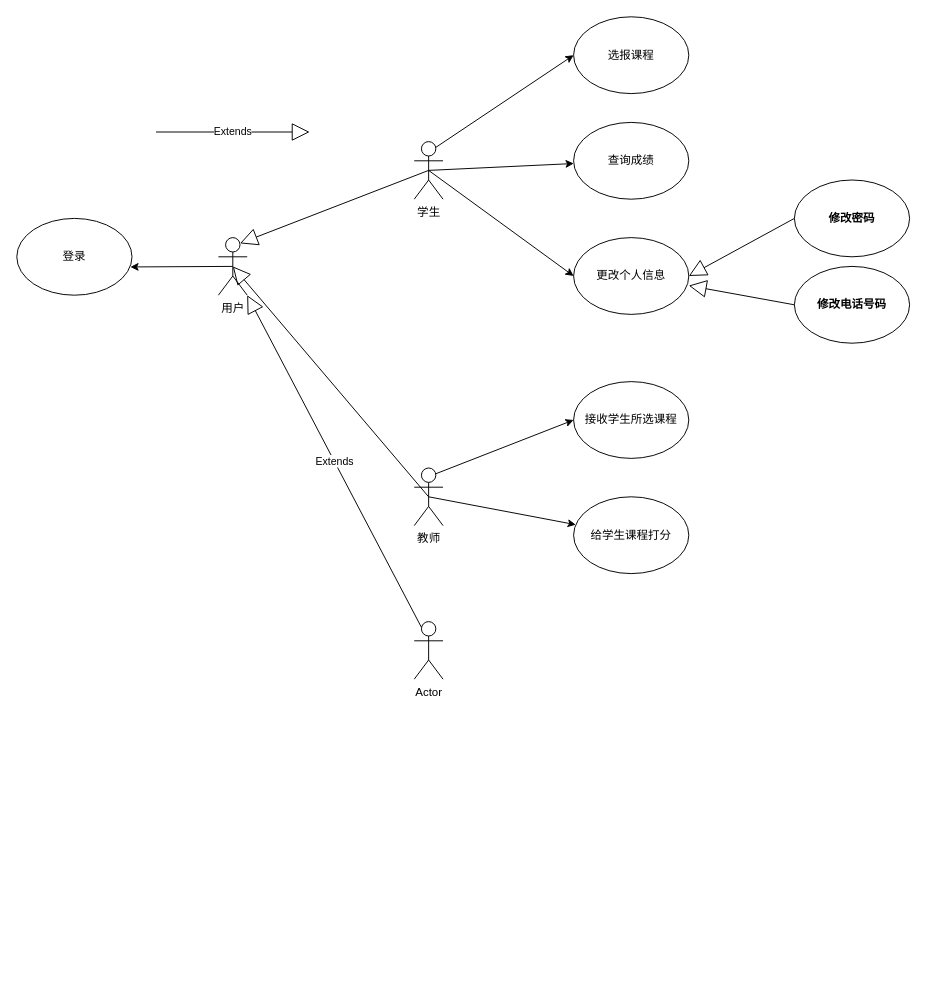
sakulay/drawioInstance keeps this draw.io diagram as 测试.drawio. Above is the earlier version. Source tidied: cells renumbered, new cells numbered last; positions are measured from the earlier drawing's top-left corner, leaving out a move shared by most shapes. Both pictures are drawn from the tidied source at 96%, with x=0, y=0 at pixel (16, 16).
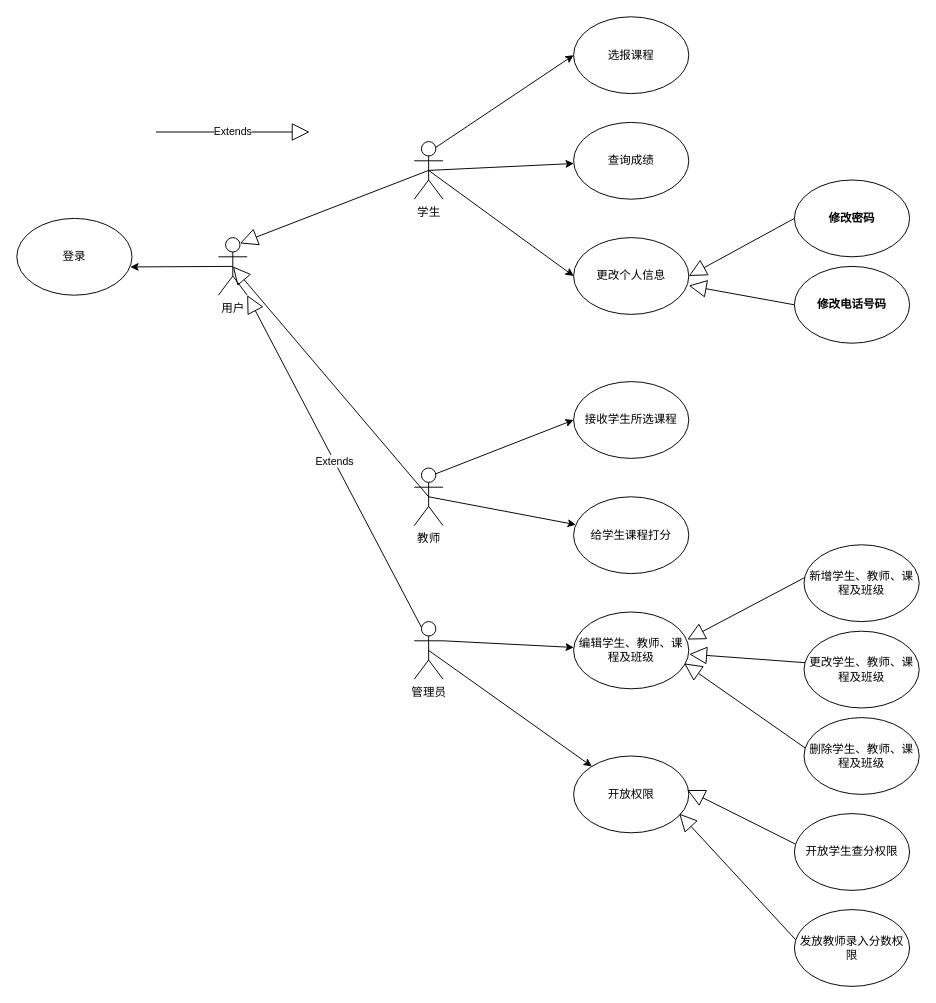
After the change.

What changed in the source:
```diff
@@
-    <mxCell id="26" value="Actor" style="shape=umlActor;verticalLabelPosition=bottom;verticalAlign=top;html=1;outlineConnect=0;" parent="1" vertex="1">
+    <mxCell id="26" value="管理员" style="shape=umlActor;verticalLabelPosition=bottom;verticalAlign=top;html=1;outlineConnect=0;" parent="1" vertex="1">
       <mxGeometry x="414" y="630" width="30" height="60" as="geometry" />
     </mxCell>
+    <mxCell id="27" style="endArrow=classic;html=1;rounded=0;exitX=1;exitY=0.3333333333333333;exitDx=0;exitDy=0;exitPerimeter=0;" parent="1" edge="1" source="26" target="28">
+      <mxGeometry relative="1" as="geometry" />
+    </mxCell>
+    <mxCell id="28" value="编辑学生、教师、课程及班级" style="ellipse;whiteSpace=wrap;html=1;" parent="1" vertex="1">
+      <mxGeometry x="580" y="620" width="120" height="80" as="geometry" />
+    </mxCell>
+    <mxCell id="29" style="endArrow=classic;html=1;rounded=0;exitX=0.5;exitY=0.5;exitDx=0;exitDy=0;exitPerimeter=0;" parent="1" edge="1" source="26" target="30">
+      <mxGeometry relative="1" as="geometry" />
+    </mxCell>
+    <mxCell id="30" value="开放权限" style="ellipse;whiteSpace=wrap;html=1;" parent="1" vertex="1">
+      <mxGeometry x="580" y="770" width="120" height="80" as="geometry" />
+    </mxCell>
+    <mxCell id="31" style="endArrow=block;endSize=16;endFill=0;html=1;rounded=0;entryX=0.987;entryY=0.359;entryDx=0;entryDy=0;entryPerimeter=0;exitX=0.015;exitY=0.42;exitDx=0;exitDy=0;exitPerimeter=0;" parent="1" edge="1" source="32" target="28">
+      <mxGeometry relative="1" as="geometry" />
+    </mxCell>
+    <mxCell id="32" value="新增学生、教师、课程及班级" style="ellipse;whiteSpace=wrap;html=1;" parent="1" vertex="1">
+      <mxGeometry x="820" y="550" width="120" height="80" as="geometry" />
+    </mxCell>
+    <mxCell id="33" style="endArrow=block;endSize=16;endFill=0;html=1;rounded=0;exitX=0.02;exitY=0.415;exitDx=0;exitDy=0;exitPerimeter=0;entryX=1.004;entryY=0.549;entryDx=0;entryDy=0;entryPerimeter=0;" parent="1" edge="1" target="28">
+      <mxGeometry relative="1" as="geometry">
+        <mxPoint x="826.8" y="673.2" as="sourcePoint" />
+      </mxGeometry>
+    </mxCell>
+    <mxCell id="34" value="更改学生、教师、课程及班级" style="ellipse;whiteSpace=wrap;html=1;" parent="1" vertex="1">
+      <mxGeometry x="820" y="640" width="120" height="80" as="geometry" />
+    </mxCell>
+    <mxCell id="35" style="endArrow=block;endSize=16;endFill=0;html=1;rounded=0;exitX=0.018;exitY=0.404;exitDx=0;exitDy=0;exitPerimeter=0;entryX=0.96;entryY=0.669;entryDx=0;entryDy=0;entryPerimeter=0;" parent="1" edge="1" source="36" target="28">
+      <mxGeometry relative="1" as="geometry" />
+    </mxCell>
+    <mxCell id="36" value="删除学生、教师、课程及班级" style="ellipse;whiteSpace=wrap;html=1;" parent="1" vertex="1">
+      <mxGeometry x="820" y="730" width="120" height="80" as="geometry" />
+    </mxCell>
+    <mxCell id="37" style="endArrow=block;endSize=16;endFill=0;html=1;rounded=0;exitX=0.018;exitY=0.404;exitDx=0;exitDy=0;exitPerimeter=0;entryX=0.917;entryY=0.75;entryDx=0;entryDy=0;entryPerimeter=0;" parent="1" edge="1" source="38" target="30">
+      <mxGeometry relative="1" as="geometry" />
+    </mxCell>
+    <mxCell id="38" value="发放教师录入分数权限" style="ellipse;whiteSpace=wrap;html=1;" parent="1" vertex="1">
+      <mxGeometry x="810" y="930" width="120" height="80" as="geometry" />
+    </mxCell>
+    <mxCell id="39" style="endArrow=block;endSize=16;endFill=0;html=1;rounded=0;exitX=0.018;exitY=0.404;exitDx=0;exitDy=0;exitPerimeter=0;entryX=0.987;entryY=0.443;entryDx=0;entryDy=0;entryPerimeter=0;" parent="1" edge="1" source="40" target="30">
+      <mxGeometry relative="1" as="geometry" />
+    </mxCell>
+    <mxCell id="40" value="开放学生查分权限" style="ellipse;whiteSpace=wrap;html=1;" parent="1" vertex="1">
+      <mxGeometry x="810" y="830" width="120" height="80" as="geometry" />
+    </mxCell>
```
